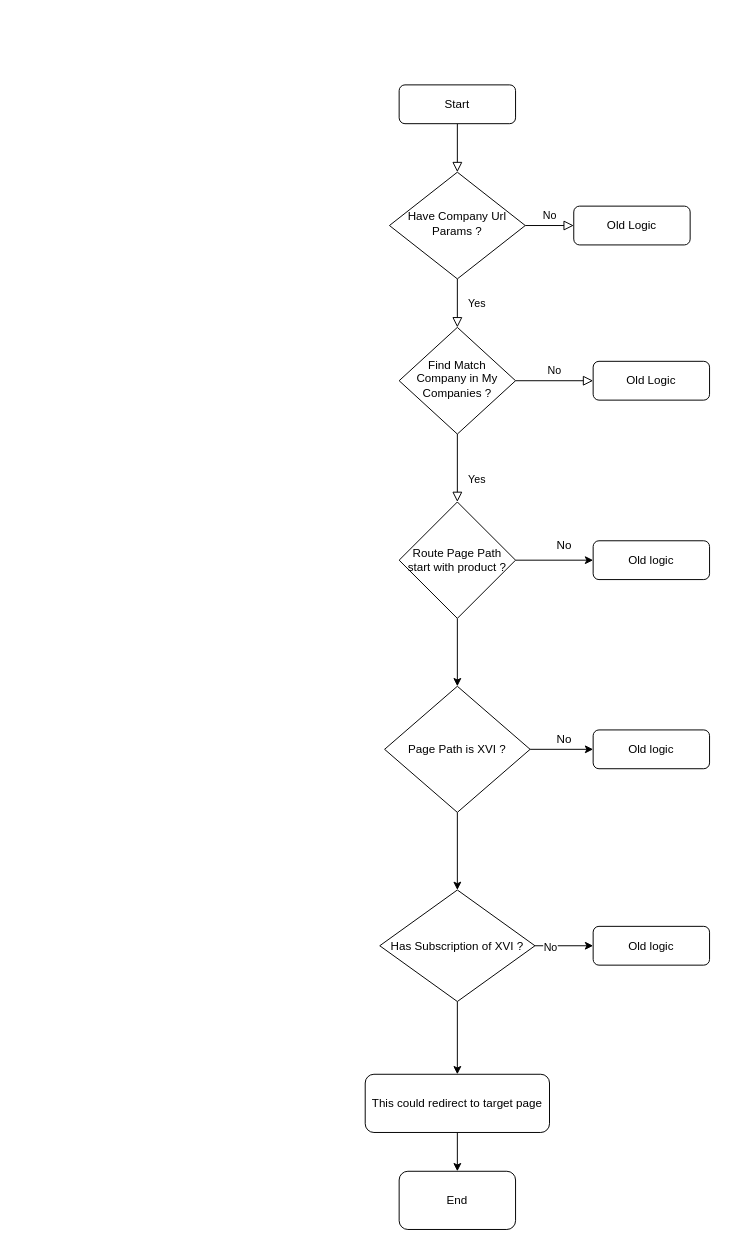
Before: Auto-Redirect-Check-Flow.drawio in SmileSB1O1/draw-active, a draw.io diagram. Source tidied: cells renumbered, new cells numbered last; positions are measured from the earlier drawing's top-left corner, leaving out a move shared by most shapes. Both pictures are drawn from the tidied source at 97%, with x=0, y=0 at pixel (365, 84).
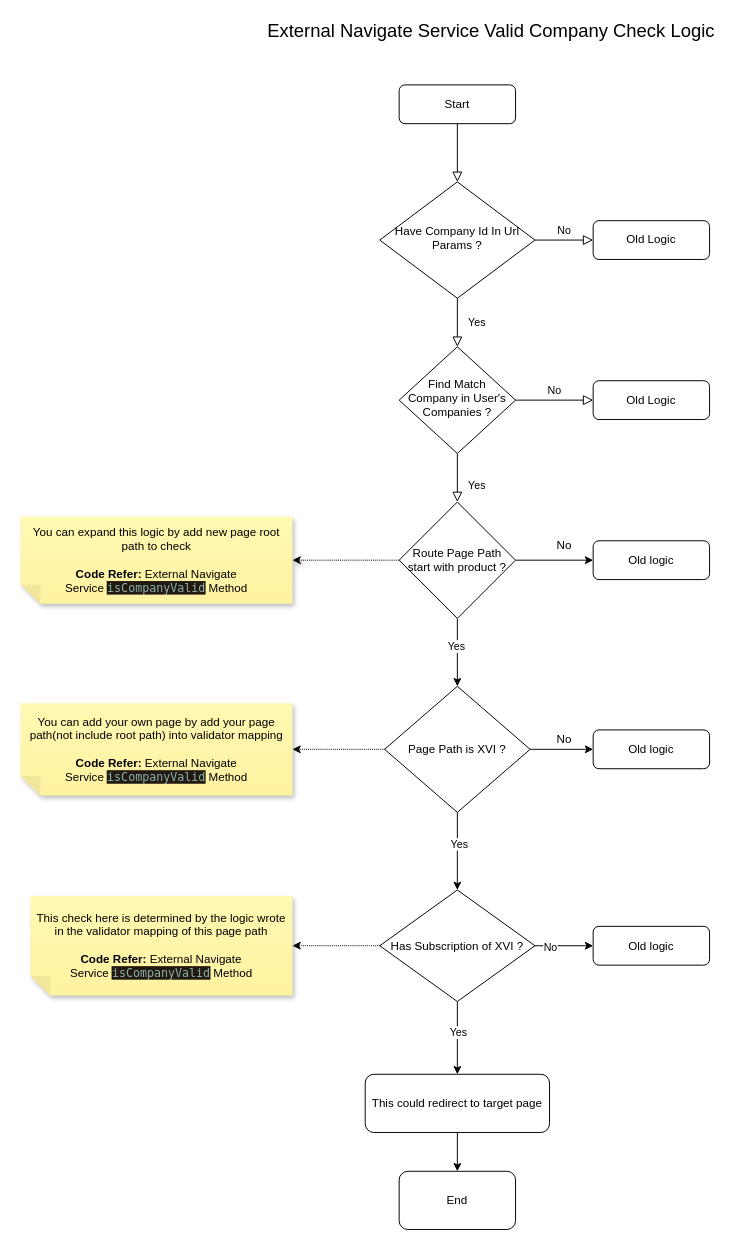
After the change.

The change refers to these unchanged cells:
```xml
<mxCell id="13" style="edgeStyle=orthogonalEdgeStyle;rounded=0;jettySize=auto;html=1;" parent="1" edge="1" source="14" target="19">
  <mxGeometry relative="1" as="geometry" />
</mxCell>
<mxCell id="14" value="Route Page Path start with product ?" style="rhombus;whiteSpace=wrap;html=1;" parent="1" vertex="1">
  <mxGeometry x="35" y="430" width="120" height="120" as="geometry" />
</mxCell>
<mxCell id="18" style="edgeStyle=orthogonalEdgeStyle;rounded=0;jettySize=auto;html=1;" parent="1" edge="1" source="19" target="28">
  <mxGeometry relative="1" as="geometry" />
</mxCell>
<mxCell id="19" value="Page Path is XVI ?" style="rhombus;whiteSpace=wrap;html=1;" parent="1" vertex="1">
  <mxGeometry x="20" y="620" width="150" height="130" as="geometry" />
</mxCell>
<mxCell id="27" style="edgeStyle=orthogonalEdgeStyle;rounded=0;jettySize=auto;html=1;exitX=0.5;exitY=1;exitDx=0;exitDy=0;" parent="1" edge="1" source="28" target="23">
  <mxGeometry relative="1" as="geometry" />
</mxCell>
<mxCell id="28" value="Has Subscription of XVI ?" style="rhombus;whiteSpace=wrap;html=1;" parent="1" vertex="1">
  <mxGeometry x="15" y="830" width="160" height="115" as="geometry" />
</mxCell>
```

Diff of the diagram source:
```diff
@@
-    <mxCell id="6" value="Have Company Url Params ?" style="rhombus;whiteSpace=wrap;html=1;shadow=0;fontFamily=Helvetica;fontSize=12;align=center;strokeWidth=1;spacing=6;spacingTop=-4;" parent="1" vertex="1">
-      <mxGeometry x="25" y="90" width="140" height="110" as="geometry" />
+    <mxCell id="6" value="Have Company Id In Url Params ?" style="rhombus;whiteSpace=wrap;html=1;shadow=0;fontFamily=Helvetica;fontSize=12;align=center;strokeWidth=1;spacing=6;spacingTop=-4;" parent="1" vertex="1">
+      <mxGeometry x="15" y="100" width="160" height="120" as="geometry" />
     </mxCell>
     <mxCell id="7" value="Old Logic" style="rounded=1;whiteSpace=wrap;html=1;fontSize=12;glass=0;strokeWidth=1;shadow=0;" parent="1" vertex="1">
-      <mxGeometry x="215" y="125" width="120" height="40" as="geometry" />
+      <mxGeometry x="235" y="140" width="120" height="40" as="geometry" />
     </mxCell>
@@
-    <mxCell id="10" value="Find Match Company in My Companies ?" style="rhombus;whiteSpace=wrap;html=1;shadow=0;fontFamily=Helvetica;fontSize=12;align=center;strokeWidth=1;spacing=6;spacingTop=-4;" parent="1" vertex="1">
-      <mxGeometry x="35" y="250" width="120" height="110" as="geometry" />
+    <mxCell id="10" value="Find Match Company in User's Companies ?" style="rhombus;whiteSpace=wrap;html=1;shadow=0;fontFamily=Helvetica;fontSize=12;align=center;strokeWidth=1;spacing=6;spacingTop=-4;" parent="1" vertex="1">
+      <mxGeometry x="35" y="270" width="120" height="110" as="geometry" />
     </mxCell>
     <mxCell id="11" value="Old Logic" style="rounded=1;whiteSpace=wrap;html=1;fontSize=12;glass=0;strokeWidth=1;shadow=0;" parent="1" vertex="1">
-      <mxGeometry x="235" y="285" width="120" height="40" as="geometry" />
+      <mxGeometry x="235" y="305" width="120" height="40" as="geometry" />
     </mxCell>
@@
+    <mxCell id="30" value="Yes" style="edgeLabel;html=1;align=center;verticalAlign=middle;" parent="13" vertex="1">
+      <mxGeometry x="-0.24" y="-2" relative="1" as="geometry">
+        <mxPoint y="1" as="offset" />
+      </mxGeometry>
+    </mxCell>
@@
+    <mxCell id="31" value="Yes" style="edgeLabel;html=1;align=center;verticalAlign=middle;" parent="18" vertex="1">
+      <mxGeometry x="-0.21" y="1" relative="1" as="geometry" />
+    </mxCell>
+    <mxCell id="32" style="edgeStyle=none;shape=connector;rounded=0;jettySize=auto;html=1;exitX=0;exitY=0.5;exitDx=0;exitDy=0;dashed=1;dashPattern=1 1;strokeColor=default;align=center;verticalAlign=middle;fontFamily=Helvetica;fontSize=11;fontColor=default;labelBackgroundColor=default;endArrow=classic;" parent="1" edge="1" source="19" target="37">
+      <mxGeometry relative="1" as="geometry" />
+    </mxCell>
@@
+    <mxCell id="33" value="Yes" style="edgeLabel;html=1;align=center;verticalAlign=middle;" parent="27" vertex="1">
+      <mxGeometry x="-0.17" relative="1" as="geometry" />
+    </mxCell>
@@
+    <mxCell id="34" value="External Navigate Service Valid Company Check Logic" style="text;html=1;align=center;verticalAlign=middle;whiteSpace=wrap;rounded=0;fontSize=19;" parent="1" vertex="1">
+      <mxGeometry x="-125" y="-70" width="510" height="30" as="geometry" />
+    </mxCell>
+    <mxCell id="35" value="You can expand this logic by add new page root path to check&lt;br&gt;&lt;br&gt;&lt;b&gt;Code Refer:&lt;/b&gt;&amp;nbsp;External Navigate Service&amp;nbsp;&lt;span style=&quot;color: rgb(138, 177, 176); background-color: rgb(34, 26, 15); font-family: Menlo, Monaco, &amp;quot;Courier New&amp;quot;, monospace; white-space: pre;&quot;&gt;isCompanyValid&lt;/span&gt;&amp;nbsp;Method" style="shape=note;whiteSpace=wrap;html=1;backgroundOutline=1;fontColor=#000000;darkOpacity=0.05;fillColor=#FFF9B2;strokeColor=none;fillStyle=solid;direction=west;gradientDirection=north;gradientColor=#FFF2A1;shadow=1;size=20;" parent="1" vertex="1">
+      <mxGeometry x="-355" y="445" width="280" height="90" as="geometry" />
+    </mxCell>
+    <mxCell id="36" style="edgeStyle=none;jettySize=auto;html=1;rounded=0;entryX=0;entryY=0.5;entryDx=0;entryDy=0;entryPerimeter=0;exitX=0;exitY=0.5;exitDx=0;exitDy=0;dashed=1;dashPattern=1 1;shadow=1;endArrow=classic;startFill=0;endFill=1;" parent="1" edge="1" source="14" target="35">
+      <mxGeometry relative="1" as="geometry" />
+    </mxCell>
+    <mxCell id="37" value="You can add your own page by add your page path(not include root path) into validator mapping&lt;br&gt;&lt;br&gt;&lt;b&gt;Code Refer:&lt;/b&gt;&amp;nbsp;External Navigate Service&amp;nbsp;&lt;span style=&quot;color: rgb(138, 177, 176); background-color: rgb(34, 26, 15); font-family: Menlo, Monaco, &amp;quot;Courier New&amp;quot;, monospace; white-space: pre;&quot;&gt;isCompanyValid&lt;/span&gt;&amp;nbsp;Method" style="shape=note;whiteSpace=wrap;html=1;backgroundOutline=1;fontColor=#000000;darkOpacity=0.05;fillColor=#FFF9B2;strokeColor=none;fillStyle=solid;direction=west;gradientDirection=north;gradientColor=#FFF2A1;shadow=1;size=20;" parent="1" vertex="1">
+      <mxGeometry x="-355" y="637.5" width="280" height="95" as="geometry" />
+    </mxCell>
+    <mxCell id="38" value="This check here is determined by the logic wrote in the validator mapping of this page path&lt;br&gt;&lt;br&gt;&lt;b&gt;Code Refer:&lt;/b&gt; External Navigate Service&amp;nbsp;&lt;span style=&quot;color: rgb(138, 177, 176); background-color: rgb(34, 26, 15); font-family: Menlo, Monaco, &amp;quot;Courier New&amp;quot;, monospace; white-space: pre;&quot;&gt;isCompanyValid&lt;/span&gt;&amp;nbsp;Method" style="shape=note;whiteSpace=wrap;html=1;backgroundOutline=1;fontColor=#000000;darkOpacity=0.05;fillColor=#FFF9B2;strokeColor=none;fillStyle=solid;direction=west;gradientDirection=north;gradientColor=#FFF2A1;shadow=1;size=20;" parent="1" vertex="1">
+      <mxGeometry x="-345" y="836.2" width="270" height="102.5" as="geometry" />
+    </mxCell>
+    <mxCell id="39" style="edgeStyle=none;shape=connector;rounded=0;jettySize=auto;html=1;exitX=0;exitY=0.5;exitDx=0;exitDy=0;entryX=0;entryY=0.5;entryDx=0;entryDy=0;entryPerimeter=0;dashed=1;dashPattern=1 1;strokeColor=default;align=center;verticalAlign=middle;fontFamily=Helvetica;fontSize=11;fontColor=default;labelBackgroundColor=default;endArrow=classic;" parent="1" edge="1" source="28" target="38">
+      <mxGeometry relative="1" as="geometry" />
+    </mxCell>
```
